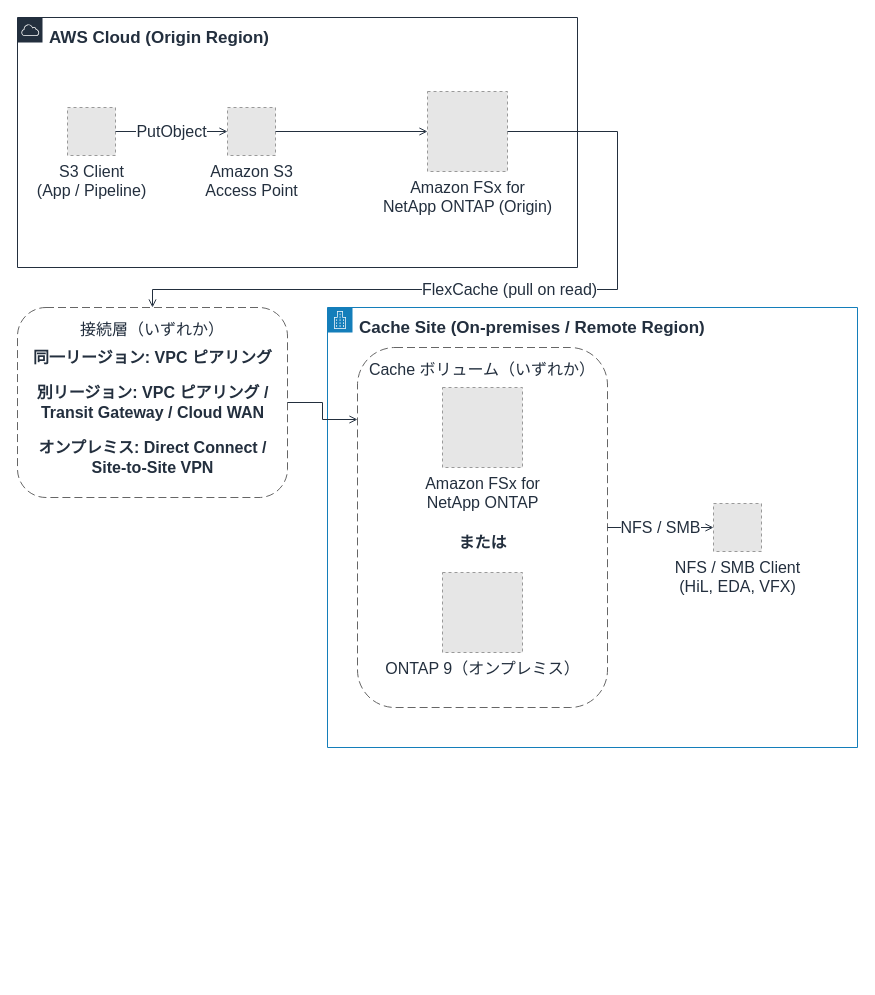
Above: docs/_assets/diagrams/s3burst-architecture-overview.drawio in Yoshiki0705/S3-Burst-on-ONTAP-Files (draw.io), before the change. Source tidied: cells renumbered, new cells numbered last; positions are measured from the earlier drawing's top-left corner, leaving out a move shared by most shapes. Both pictures are drawn from the tidied source at 100%, with x=0, y=0 at pixel (17, 17). Pictures stored in the file or linked from it are replaced by grey dashed boxes.
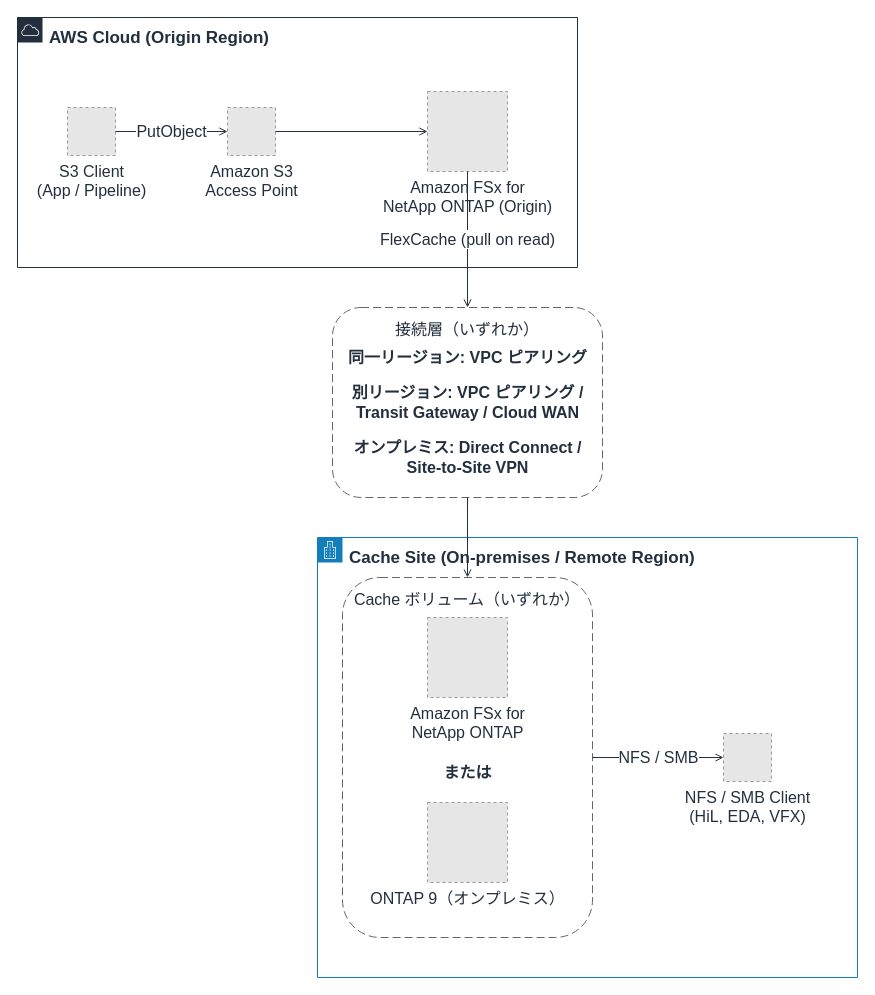
The same page after the edit.

The change refers to these unchanged cells:
```xml
<mxCell id="12" value="Amazon FSx for&#10;NetApp ONTAP (Origin)" style="fillColor=#E6E6E6;strokeColor=#999999;dashed=1;html=1;verticalLabelPosition=bottom;verticalAlign=top;labelPosition=center;align=center;fontSize=16;fontColor=#232F3E;" parent="1" vertex="1">
  <mxGeometry x="410" y="74" width="80" height="80" as="geometry" />
</mxCell>
```

Change to the diagram source:
```diff
@@
     <mxCell id="3" value="Cache Site (On-premises / Remote Region)" style="gradientColor=none;html=1;whiteSpace=wrap;fontSize=17;fontStyle=1;fontColor=#232F3E;shape=mxgraph.aws4.group;grIcon=mxgraph.aws4.group_corporate_data_center;strokeColor=#147EBA;fillColor=none;verticalAlign=top;align=left;spacingLeft=30;spacingTop=4;dashed=0;" parent="1" vertex="1">
-      <mxGeometry x="310" y="290" width="530" height="440" as="geometry" />
+      <mxGeometry x="300" y="520" width="540" height="440" as="geometry" />
     </mxCell>
     <mxCell id="4" value="Cache ボリューム（いずれか）" style="rounded=1;whiteSpace=wrap;html=1;dashed=1;dashPattern=8 4;strokeColor=#666666;fillColor=none;fontColor=#232F3E;fontSize=16;verticalAlign=top;align=center;spacingTop=6;" parent="1" vertex="1">
-      <mxGeometry x="340" y="330" width="250" height="360" as="geometry" />
+      <mxGeometry x="325" y="560" width="250" height="360" as="geometry" />
     </mxCell>
     <mxCell id="5" value="接続層（いずれか）" style="rounded=1;whiteSpace=wrap;html=1;dashed=1;dashPattern=8 4;strokeColor=#666666;fillColor=none;fontColor=#232F3E;fontSize=16;verticalAlign=top;align=center;spacingTop=6;" parent="1" vertex="1">
-      <mxGeometry y="290" width="270" height="190" as="geometry" />
+      <mxGeometry x="315" y="290" width="270" height="190" as="geometry" />
     </mxCell>
     <mxCell id="6" value="または" style="text;html=1;strokeColor=none;fillColor=none;align=center;verticalAlign=middle;fontSize=16;fontStyle=1;fontColor=#232F3E;" parent="1" vertex="1">
-      <mxGeometry x="430" y="515" width="70" height="20" as="geometry" />
+      <mxGeometry x="415" y="745" width="70" height="20" as="geometry" />
     </mxCell>
     <mxCell id="7" value="同一リージョン: VPC ピアリング" style="text;html=1;strokeColor=none;fillColor=none;align=center;verticalAlign=middle;fontSize=16;fontStyle=1;fontColor=#232F3E;" parent="1" vertex="1">
-      <mxGeometry x="15" y="330" width="240" height="20" as="geometry" />
+      <mxGeometry x="330" y="330" width="240" height="20" as="geometry" />
     </mxCell>
     <mxCell id="8" value="別リージョン: VPC ピアリング /&lt;br&gt;Transit Gateway / Cloud WAN" style="text;html=1;strokeColor=none;fillColor=none;align=center;verticalAlign=middle;fontSize=16;fontStyle=1;fontColor=#232F3E;" parent="1" vertex="1">
-      <mxGeometry x="15" y="365" width="240" height="40" as="geometry" />
+      <mxGeometry x="330" y="365" width="240" height="40" as="geometry" />
     </mxCell>
     <mxCell id="9" value="オンプレミス: Direct Connect /&lt;br&gt;Site-to-Site VPN" style="text;html=1;strokeColor=none;fillColor=none;align=center;verticalAlign=middle;fontSize=16;fontStyle=1;fontColor=#232F3E;" parent="1" vertex="1">
-      <mxGeometry x="15" y="420" width="240" height="40" as="geometry" />
+      <mxGeometry x="330" y="420" width="240" height="40" as="geometry" />
     </mxCell>
@@
     <mxCell id="13" value="Amazon FSx for&#10;NetApp ONTAP" style="fillColor=#E6E6E6;strokeColor=#999999;dashed=1;html=1;verticalLabelPosition=bottom;verticalAlign=top;labelPosition=center;align=center;fontSize=16;fontColor=#232F3E;" parent="1" vertex="1">
-      <mxGeometry x="425" y="370" width="80" height="80" as="geometry" />
+      <mxGeometry x="410" y="600" width="80" height="80" as="geometry" />
     </mxCell>
     <mxCell id="14" value="ONTAP 9（オンプレミス）" style="fillColor=#E6E6E6;strokeColor=#999999;dashed=1;html=1;verticalLabelPosition=bottom;verticalAlign=top;labelPosition=center;align=center;fontSize=16;fontColor=#232F3E;" parent="1" vertex="1">
-      <mxGeometry x="425" y="555" width="80" height="80" as="geometry" />
+      <mxGeometry x="410" y="785" width="80" height="80" as="geometry" />
     </mxCell>
     <mxCell id="15" value="NFS / SMB Client&#10;(HiL, EDA, VFX)" style="fillColor=#E6E6E6;strokeColor=#999999;dashed=1;html=1;verticalLabelPosition=bottom;verticalAlign=top;labelPosition=center;align=center;fontSize=16;fontColor=#232F3E;" parent="1" vertex="1">
-      <mxGeometry x="696" y="486" width="48" height="48" as="geometry" />
+      <mxGeometry x="706" y="716" width="48" height="48" as="geometry" />
     </mxCell>
@@
-    <mxCell id="18" value="FlexCache (pull on read)" style="edgeStyle=orthogonalEdgeStyle;rounded=0;html=1;endArrow=open;endFill=0;strokeColor=#232F3E;strokeWidth=1;fontSize=16;fontColor=#232F3E;exitX=1;exitY=0.5;exitDx=0;exitDy=0;entryX=0.5;entryY=0;entryDx=0;entryDy=0;" parent="1" edge="1" source="12" target="5">
-      <mxGeometry relative="1" as="geometry">
-        <Array as="points">
-          <mxPoint x="600" y="114" />
-          <mxPoint x="600" y="272" />
-          <mxPoint x="135" y="272" />
-        </Array>
-      </mxGeometry>
+    <mxCell id="18" value="FlexCache (pull on read)" style="edgeStyle=orthogonalEdgeStyle;rounded=0;html=1;endArrow=open;endFill=0;strokeColor=#232F3E;strokeWidth=1;fontSize=16;fontColor=#232F3E;exitX=0.5;exitY=1.0;exitDx=0;exitDy=0;entryX=0.5;entryY=0.0;entryDx=0;entryDy=0;" parent="1" edge="1" source="12" target="5">
+      <mxGeometry relative="1" as="geometry" />
     </mxCell>
-    <mxCell id="19" style="edgeStyle=orthogonalEdgeStyle;rounded=0;html=1;endArrow=open;endFill=0;strokeColor=#232F3E;strokeWidth=1;fontSize=16;fontColor=#232F3E;exitX=1;exitY=0.5;exitDx=0;exitDy=0;entryX=0;entryY=0.2;entryDx=0;entryDy=0;" parent="1" edge="1" source="5" target="4">
-      <mxGeometry relative="1" as="geometry">
-        <Array as="points">
-          <mxPoint x="305" y="385" />
-          <mxPoint x="305" y="402" />
-        </Array>
-      </mxGeometry>
+    <mxCell id="19" style="edgeStyle=orthogonalEdgeStyle;rounded=0;html=1;endArrow=open;endFill=0;strokeColor=#232F3E;strokeWidth=1;fontSize=16;fontColor=#232F3E;exitX=0.5;exitY=1.0;exitDx=0;exitDy=0;entryX=0.5;entryY=0.0;entryDx=0;entryDy=0;" parent="1" edge="1" source="5" target="4">
+      <mxGeometry relative="1" as="geometry" />
     </mxCell>
```
